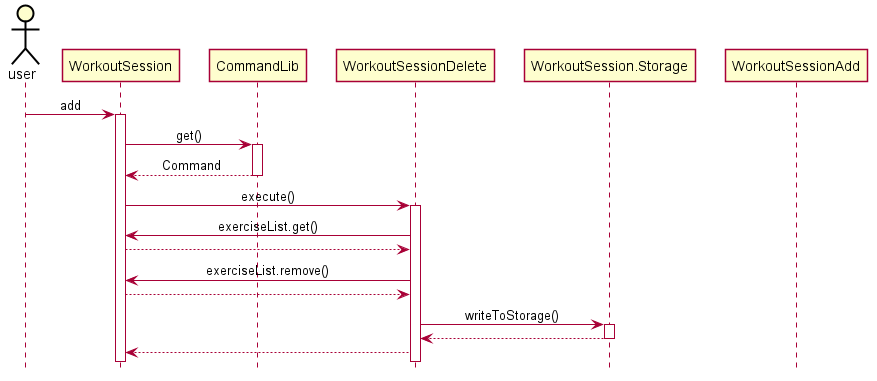
zsk612/tp keeps this PlantUML diagram as docs/pictures/jinyang/WorkoutSessionDelete.png. Above is the earlier version.
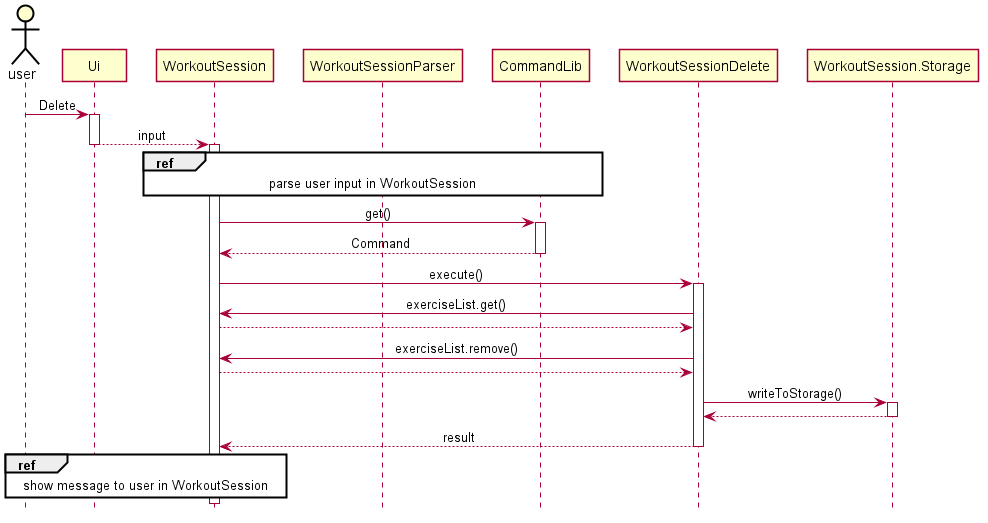
Above is the later version.

The edit, as a diff of the source:
```diff
@@ -42,8 +42,12 @@
 hide circle
 
 actor user
-user -> WorkoutSession : add
+user -> Ui++ : Delete
+Ui --> WorkoutSession -- : input
+
 activate WorkoutSession
+
+ref over WorkoutSession, WorkoutSessionParser, CommandLib: parse user input in WorkoutSession
 
 WorkoutSession -> CommandLib : get()
 activate CommandLib
@@ -62,6 +66,8 @@
 WorkoutSession.Storage --> WorkoutSessionDelete
 deactivate WorkoutSession.Storage
 
-WorkoutSessionDelete --> WorkoutSession
-deactivate WorkoutSessionAdd
+WorkoutSessionDelete --> WorkoutSession : result
+deactivate WorkoutSessionDelete
+
+ref over WorkoutSession, Ui, user: show message to user in WorkoutSession
 @enduml
```
